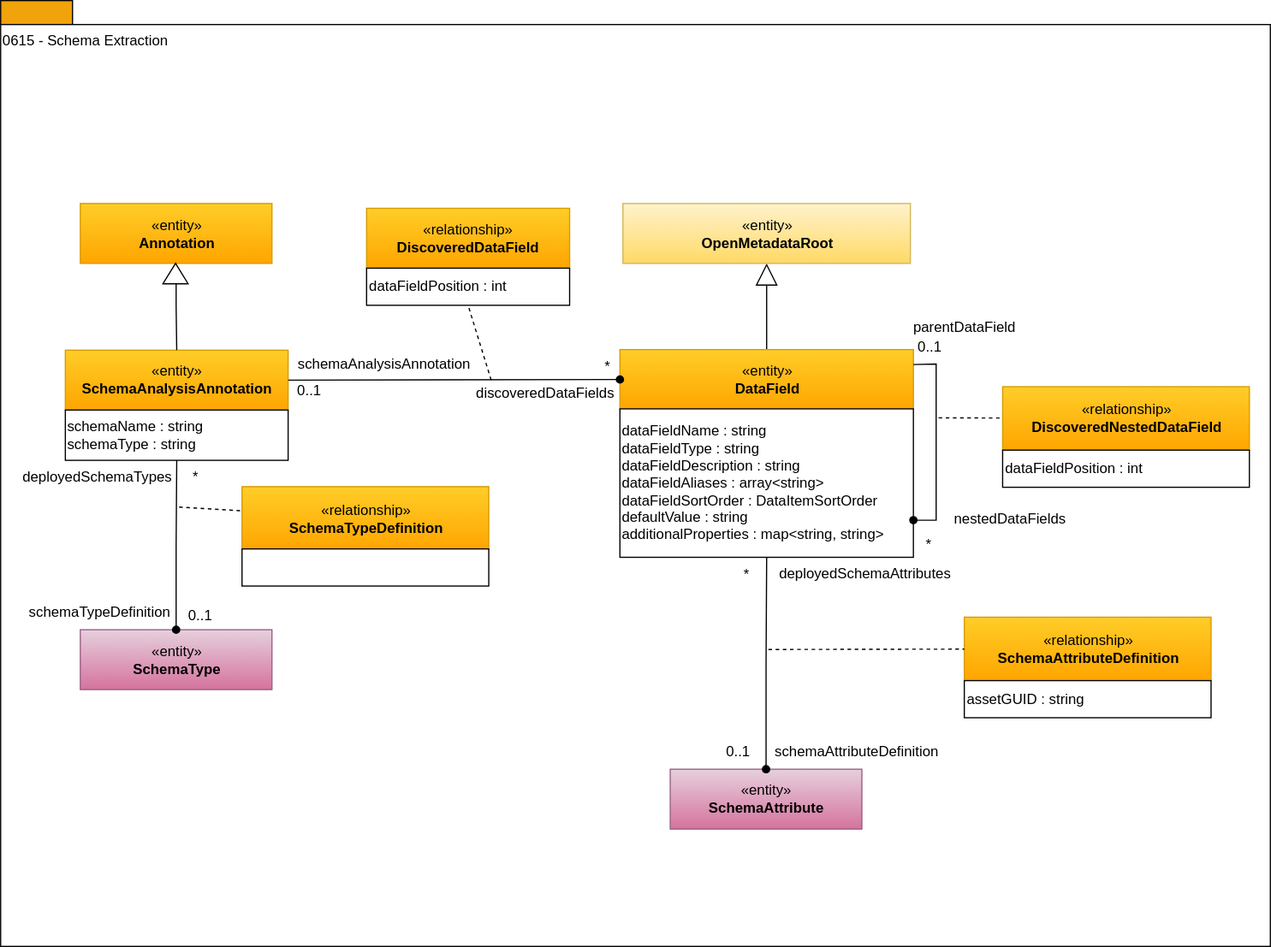
odpi/egeria-docs keeps this draw.io diagram as site/docs/types/6/0615-Schema-Extraction.svg. Above is the earlier version. Source tidied: cells renumbered, new cells last; positions are measured from the earlier drawing's top-left corner, leaving out a move shared by most shapes.
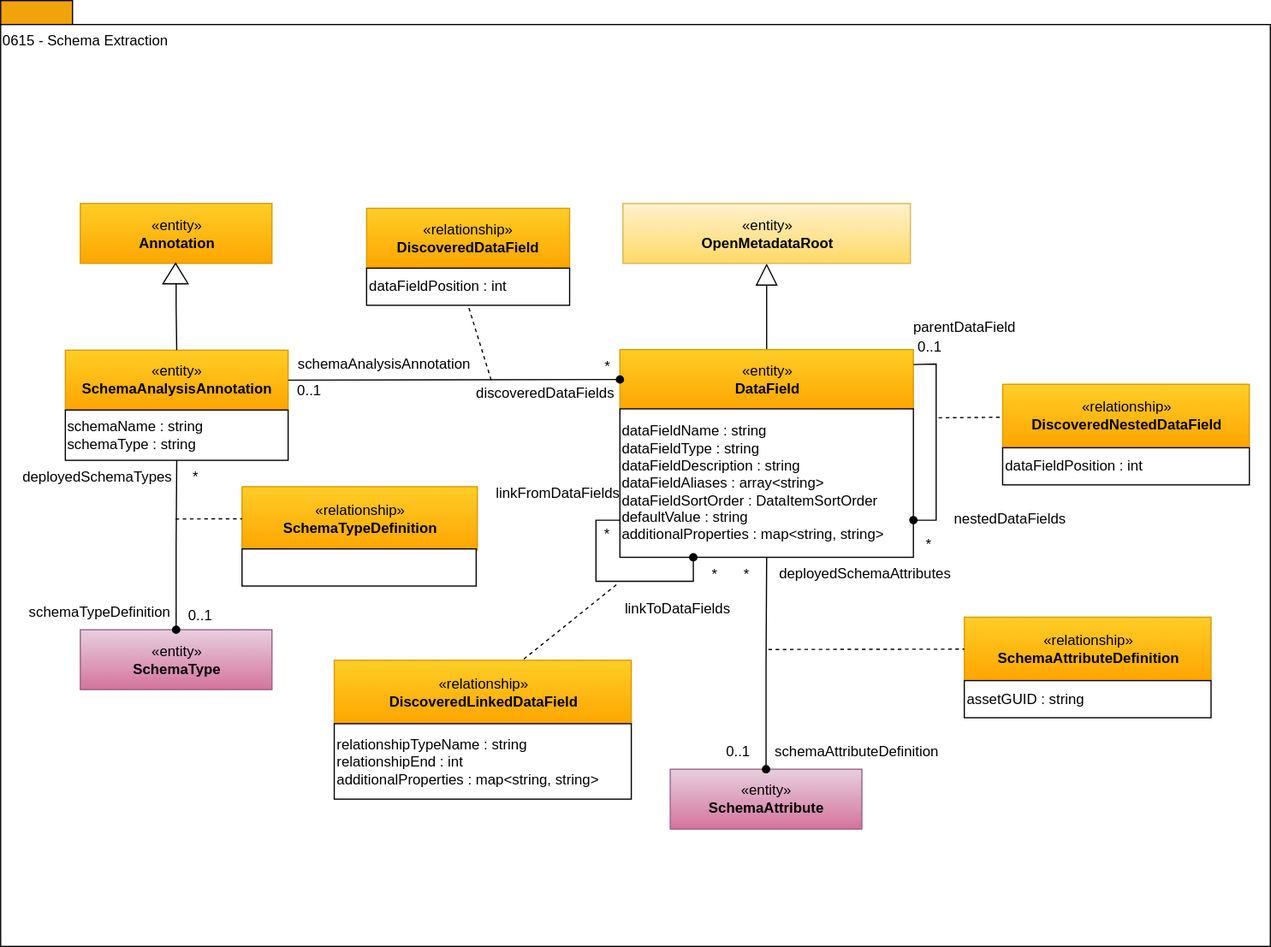
Above is the later version.

Commit message:
Add DiscoveredLinkedDataField relationship

What changed in the source:
```diff
@@ -44,7 +44,7 @@
       <mxGeometry x="305.5" y="223.5" width="169.5" height="31" as="geometry" />
     </mxCell>
     <mxCell id="15" value="«relationship»&lt;br&gt;&lt;b&gt;DiscoveredNestedDataField&lt;/b&gt;" style="html=1;strokeColor=#d79b00;align=center;fillColor=#ffcd28;gradientColor=#ffa500;" parent="1" vertex="1">
-      <mxGeometry x="836.5" y="322.5" width="206" height="53" as="geometry" />
+      <mxGeometry x="836.5" y="320.5" width="206" height="53" as="geometry" />
     </mxCell>
     <mxCell id="16" style="endArrow=none;dashed=1;html=1;" parent="1" edge="1" target="15">
       <mxGeometry relative="1" as="geometry">
@@ -67,7 +67,7 @@
       <mxGeometry x="393.5" y="318" width="122" height="20" as="geometry" />
     </mxCell>
     <mxCell id="22" value="&lt;div style=&quot;text-align: left&quot;&gt;&lt;span&gt;dataFieldPosition : int&lt;/span&gt;&lt;/div&gt;" style="rounded=0;whiteSpace=wrap;html=1;strokeColor=#000000;gradientColor=#ffffff;align=left;" parent="1" vertex="1">
-      <mxGeometry x="836.5" y="375.5" width="206" height="31" as="geometry" />
+      <mxGeometry x="836.5" y="373.5" width="206" height="31" as="geometry" />
     </mxCell>
     <mxCell id="23" value="nestedDataFields" style="text;html=1;strokeColor=none;fillColor=none;align=center;verticalAlign=middle;whiteSpace=wrap;rounded=0;" parent="1" vertex="1">
       <mxGeometry x="788" y="422.5" width="110" height="20" as="geometry" />
@@ -120,15 +120,15 @@
       <mxGeometry x="147" y="503.5" width="40" height="20" as="geometry" />
     </mxCell>
     <mxCell id="39" value="«relationship»&lt;br&gt;&lt;b&gt;SchemaTypeDefinition&lt;/b&gt;" style="html=1;strokeColor=#d79b00;align=center;fillColor=#ffcd28;gradientColor=#ffa500;" parent="1" vertex="1">
-      <mxGeometry x="201.5" y="406" width="206" height="53" as="geometry" />
+      <mxGeometry x="201.5" y="406" width="196.5" height="53" as="geometry" />
     </mxCell>
     <mxCell id="40" style="endArrow=none;dashed=1;html=1;" parent="1" edge="1" target="39">
       <mxGeometry relative="1" as="geometry">
-        <mxPoint x="149" y="423" as="sourcePoint" />
+        <mxPoint x="146" y="433" as="sourcePoint" />
       </mxGeometry>
     </mxCell>
     <mxCell id="41" style="rounded=0;whiteSpace=wrap;html=1;strokeColor=#000000;gradientColor=#ffffff;align=left;" parent="1" vertex="1">
-      <mxGeometry x="201.5" y="458" width="206" height="31" as="geometry" />
+      <mxGeometry x="201.5" y="458" width="195.5" height="31" as="geometry" />
     </mxCell>
     <mxCell id="42" value="deployedSchemaTypes" style="text;html=1;strokeColor=none;fillColor=none;align=center;verticalAlign=middle;whiteSpace=wrap;rounded=0;" parent="1" vertex="1">
       <mxGeometry x="18" y="388" width="126" height="20" as="geometry" />
@@ -150,5 +150,31 @@
         </Array>
       </mxGeometry>
     </mxCell>
+    <mxCell id="47" style="edgeStyle=orthogonalEdgeStyle;rounded=0;orthogonalLoop=1;jettySize=auto;html=1;exitX=0;exitY=0.75;exitDx=0;exitDy=0;entryX=0.25;entryY=1;entryDx=0;entryDy=0;endArrow=oval;endFill=1;" parent="1" edge="1" source="26" target="26">
+      <mxGeometry relative="1" as="geometry" />
+    </mxCell>
+    <mxCell id="48" value="«relationship»&lt;br&gt;&lt;b&gt;DiscoveredLinkedDataField&lt;/b&gt;" style="html=1;strokeColor=#d79b00;align=center;fillColor=#ffcd28;gradientColor=#ffa500;" parent="1" vertex="1">
+      <mxGeometry x="278.5" y="551" width="248" height="53" as="geometry" />
+    </mxCell>
+    <mxCell id="49" style="endArrow=none;dashed=1;html=1;" parent="1" edge="1" target="48">
+      <mxGeometry relative="1" as="geometry">
+        <mxPoint x="514" y="488" as="sourcePoint" />
+      </mxGeometry>
+    </mxCell>
+    <mxCell id="50" value="relationshipTypeName : string&lt;br&gt;relationshipEnd : int&lt;br&gt;additionalProperties : map&amp;lt;string, string&amp;gt;" style="rounded=0;whiteSpace=wrap;html=1;strokeColor=#000000;gradientColor=#ffffff;align=left;" parent="1" vertex="1">
+      <mxGeometry x="278.5" y="604" width="248" height="63" as="geometry" />
+    </mxCell>
+    <mxCell id="51" value="linkFromDataFields" style="text;html=1;align=center;verticalAlign=middle;strokeColor=none;fillColor=none;" parent="1" vertex="1">
+      <mxGeometry x="404.5" y="399" width="121" height="26" as="geometry" />
+    </mxCell>
+    <mxCell id="52" value="linkToDataFields" style="text;html=1;align=center;verticalAlign=middle;strokeColor=none;fillColor=none;" parent="1" vertex="1">
+      <mxGeometry x="512" y="495" width="106" height="26" as="geometry" />
+    </mxCell>
+    <mxCell id="53" value="*" style="text;html=1;align=center;verticalAlign=middle;strokeColor=none;fillColor=none;" parent="1" vertex="1">
+      <mxGeometry x="584" y="467" width="23" height="26" as="geometry" />
+    </mxCell>
+    <mxCell id="54" value="*" style="text;html=1;align=center;verticalAlign=middle;strokeColor=none;fillColor=none;" parent="1" vertex="1">
+      <mxGeometry x="494" y="433" width="23" height="26" as="geometry" />
+    </mxCell>
   </root>
 </mxGraphModel>
```
